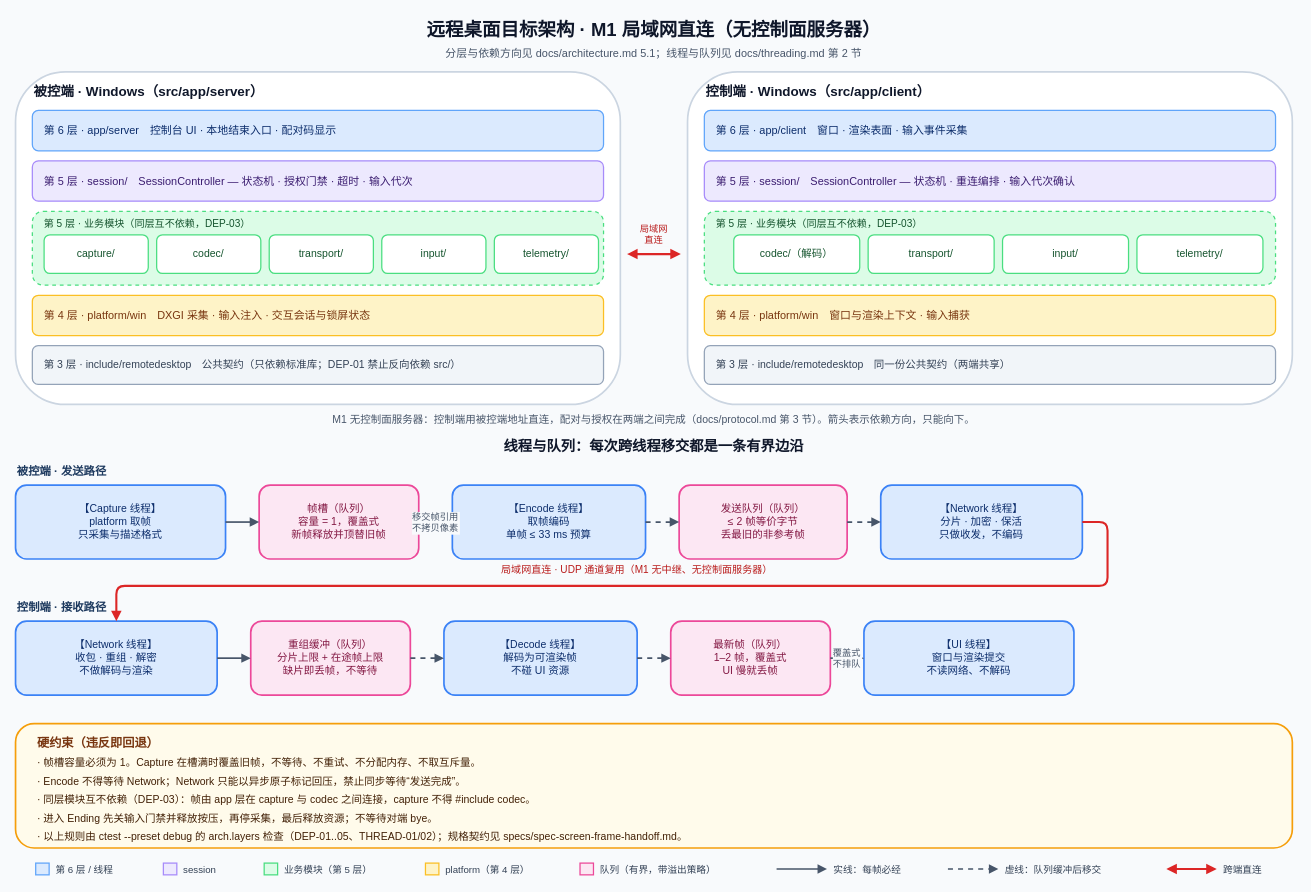
This is assets/architecture.drawio from Hex4C59/remote-desktop, a draw.io file, before an edit. Source tidied: cells renumbered, new cells numbered last; positions are measured from the earlier drawing's top-left corner, leaving out a move shared by most shapes. Both pictures are drawn from the tidied source at 84%, with x=0, y=0 at pixel (15, 14).
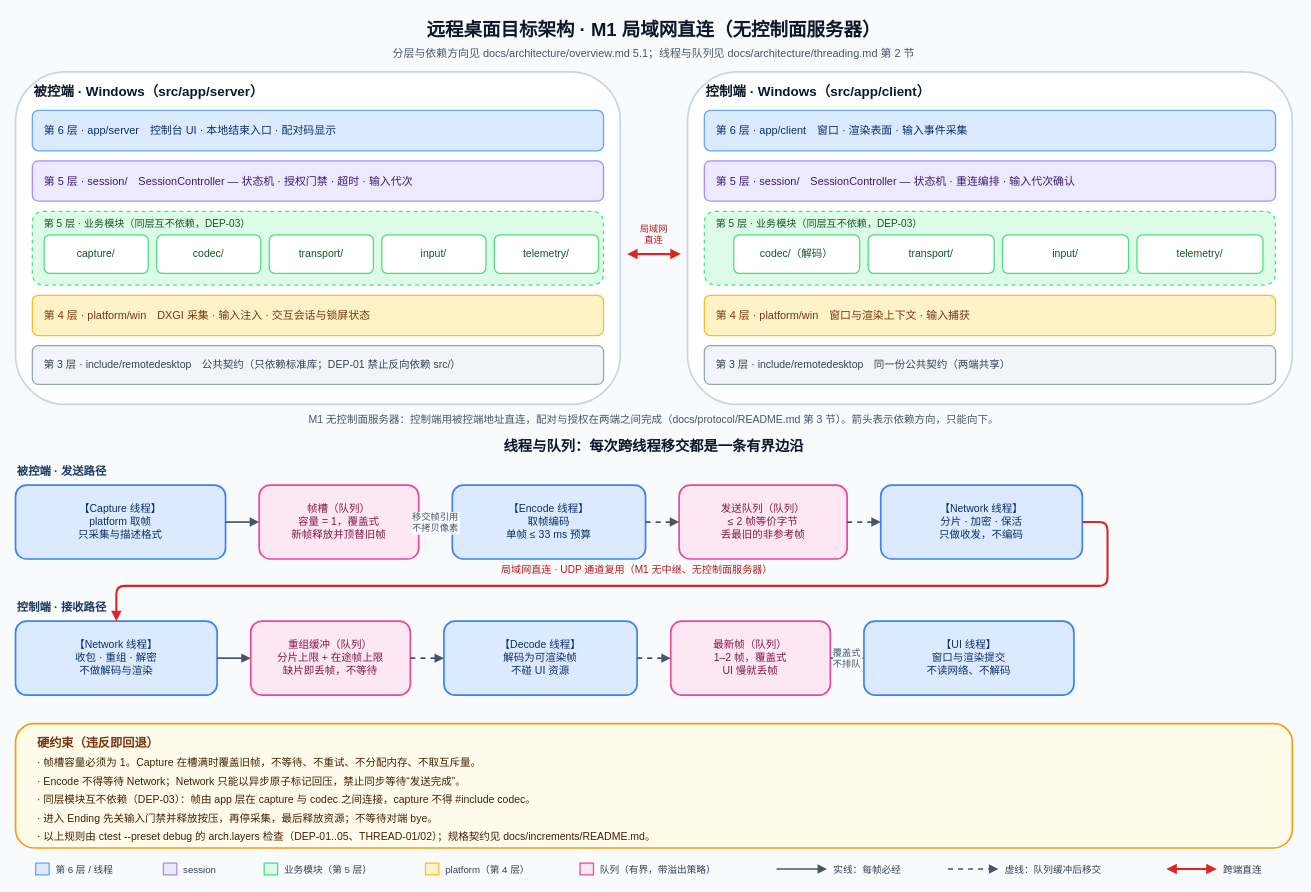
The same diagram, later.

Diff of the diagram source:
```diff
@@
-    <mxCell id="3" value="分层与依赖方向见 docs/architecture.md 5.1；线程与队列见 docs/threading.md 第 2 节" style="text;html=0;align=center;verticalAlign=middle;fontSize=13;fontColor=#475569;fontFamily=Microsoft YaHei;" parent="1" vertex="1">
+    <mxCell id="3" value="分层与依赖方向见 docs/architecture/overview.md 5.1；线程与队列见 docs/architecture/threading.md 第 2 节" style="text;html=0;align=center;verticalAlign=middle;fontSize=13;fontColor=#475569;fontFamily=Microsoft YaHei;" parent="1" vertex="1">
       <mxGeometry y="34" width="1520" height="22" as="geometry" />
     </mxCell>
@@
-    <mxCell id="31" value="M1 无控制面服务器：控制端用被控端地址直连，配对与授权在两端之间完成（docs/protocol.md 第 3 节）。箭头表示依赖方向，只能向下。" style="text;html=0;align=center;verticalAlign=middle;fontSize=12.5;fontColor=#475569;fontFamily=Microsoft YaHei;" parent="1" vertex="1">
+    <mxCell id="31" value="M1 无控制面服务器：控制端用被控端地址直连，配对与授权在两端之间完成（docs/protocol/README.md 第 3 节）。箭头表示依赖方向，只能向下。" style="text;html=0;align=center;verticalAlign=middle;fontSize=12.5;fontColor=#475569;fontFamily=Microsoft YaHei;" parent="1" vertex="1">
       <mxGeometry y="470" width="1520" height="22" as="geometry" />
     </mxCell>
@@
-    <mxCell id="61" value="· 以上规则由 ctest --preset debug 的 arch.layers 检查（DEP-01..05、THREAD-01/02）；规格契约见 specs/spec-screen-frame-handoff.md。" style="text;html=0;align=left;verticalAlign=middle;fontSize=12.5;fontColor=#422006;fontFamily=Microsoft YaHei;" parent="1" vertex="1">
+    <mxCell id="61" value="· 以上规则由 ctest --preset debug 的 arch.layers 检查（DEP-01..05、THREAD-01/02）；规格契约见 docs/increments/README.md。" style="text;html=0;align=left;verticalAlign=middle;fontSize=12.5;fontColor=#422006;fontFamily=Microsoft YaHei;" parent="1" vertex="1">
       <mxGeometry x="24" y="968" width="1470" height="20" as="geometry" />
     </mxCell>
```
